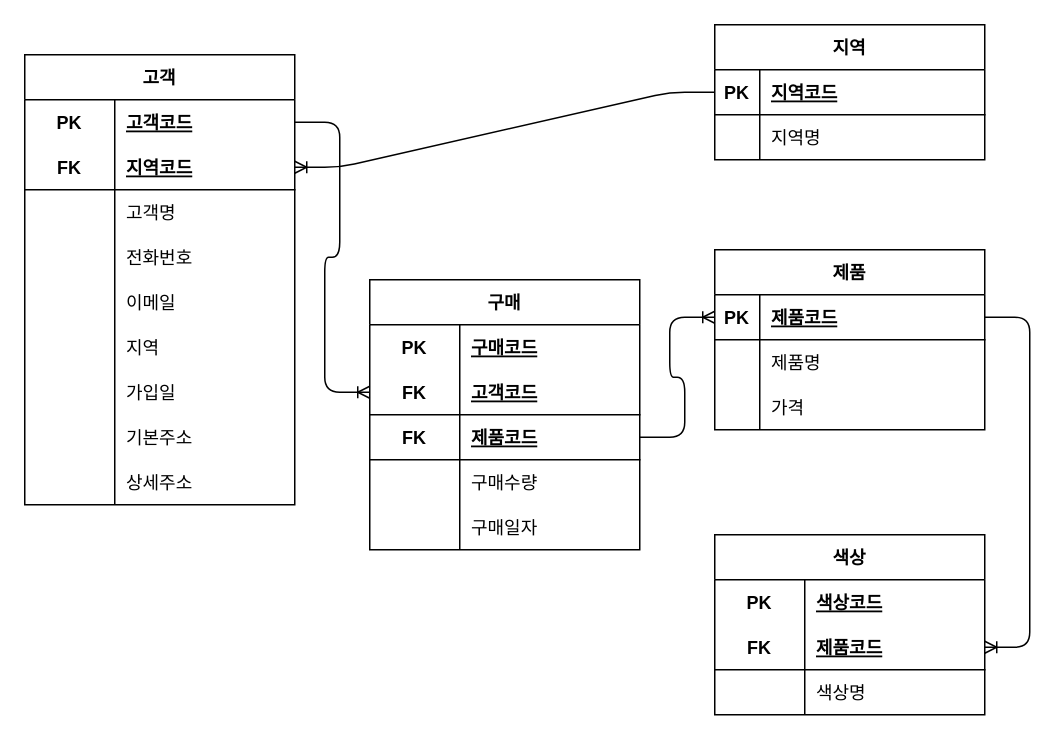
Above: page "Page-4" (4 of 4) of erd/hanbit.drawio in ChuBeomSik/oraclesource (draw.io), before the change. Source tidied: cells renumbered, new cells numbered last; positions are measured from the earlier drawing's top-left corner, leaving out a move shared by most shapes. Both pictures are drawn from the tidied source at 150%, with x=0, y=0 at pixel (24, 24).
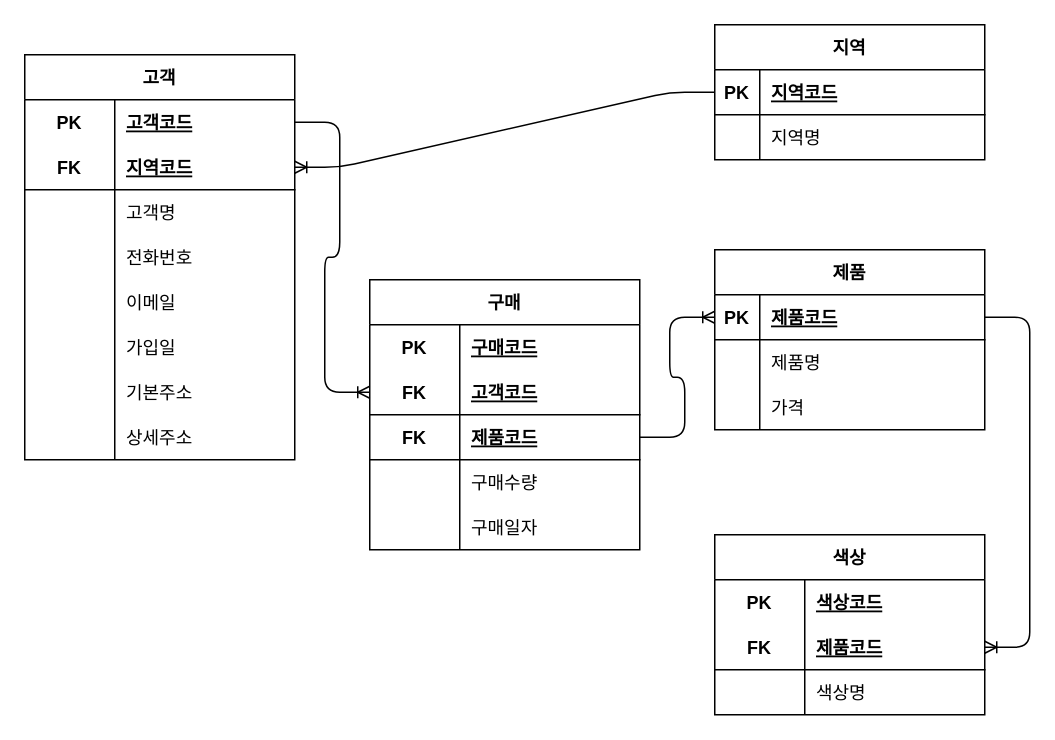
After the change.

The edit, as a diff of the source:
```diff
@@
     <mxCell id="2" value="고객" style="shape=table;startSize=30;childLayout=tableLayout;rowLines=0;fontStyle=1;align=center;" parent="1" vertex="1">
-      <mxGeometry y="20" width="180" height="300" as="geometry" />
+      <mxGeometry y="20" width="180" height="270" as="geometry" />
     </mxCell>
@@
-    <mxCell id="18" style="shape=tableRow;horizontal=0;startSize=0;swimlaneHead=0;swimlaneBody=0;fillColor=none;top=0;left=0;right=0;bottom=0;" parent="2" vertex="1">
-      <mxGeometry y="180" width="180" height="30" as="geometry" />
-    </mxCell>
-    <mxCell id="19" style="shape=partialRectangle;fillColor=none;top=0;left=0;bottom=0;right=0;overflow=hidden;" parent="18" vertex="1">
-      <mxGeometry width="60" height="30" as="geometry" />
-    </mxCell>
-    <mxCell id="20" value="지역" style="shape=partialRectangle;fillColor=none;top=0;left=0;bottom=0;right=0;align=left;spacingLeft=6;overflow=hidden;" parent="18" vertex="1">
-      <mxGeometry x="60" width="120" height="30" as="geometry" />
-    </mxCell>
     <mxCell id="21" style="shape=tableRow;horizontal=0;startSize=0;swimlaneHead=0;swimlaneBody=0;fillColor=none;top=0;left=0;right=0;bottom=0;" parent="2" vertex="1">
-      <mxGeometry y="210" width="180" height="30" as="geometry" />
+      <mxGeometry y="180" width="180" height="30" as="geometry" />
     </mxCell>
@@
     <mxCell id="24" style="shape=tableRow;horizontal=0;startSize=0;swimlaneHead=0;swimlaneBody=0;fillColor=none;top=0;left=0;right=0;bottom=0;" parent="2" vertex="1">
-      <mxGeometry y="240" width="180" height="30" as="geometry" />
+      <mxGeometry y="210" width="180" height="30" as="geometry" />
     </mxCell>
@@
     <mxCell id="27" style="shape=tableRow;horizontal=0;startSize=0;swimlaneHead=0;swimlaneBody=0;fillColor=none;top=0;left=0;right=0;bottom=0;" parent="2" vertex="1">
-      <mxGeometry y="270" width="180" height="30" as="geometry" />
+      <mxGeometry y="240" width="180" height="30" as="geometry" />
     </mxCell>
```
